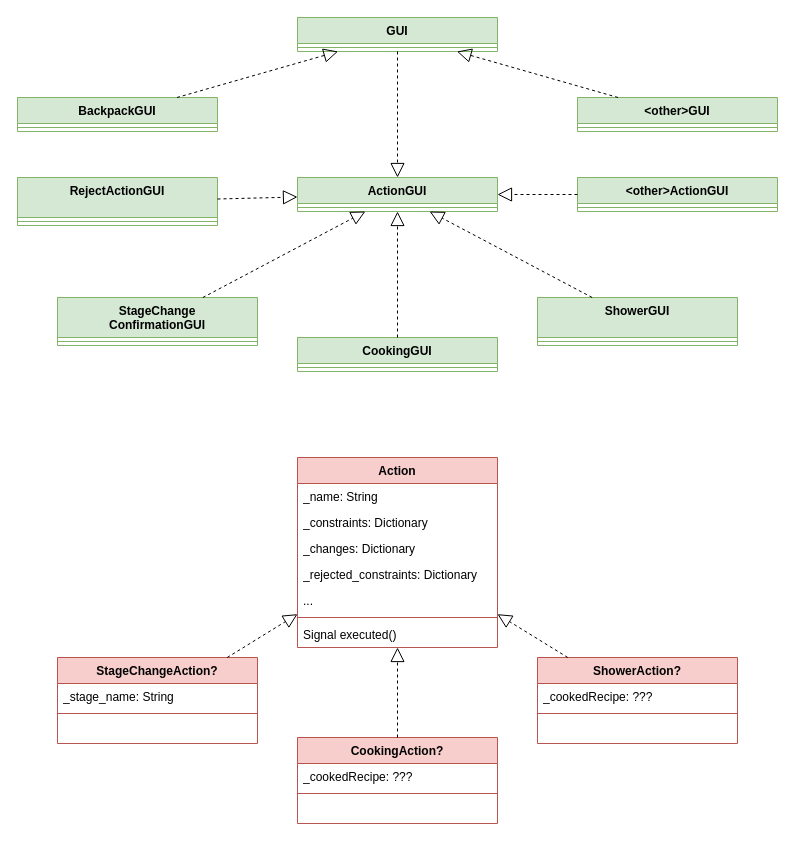
Earlier version of the draw.io diagram page "GUI_and_Actions" (5 of 5) of doc/emergenCITY_SEArchitecture.drawio (Spexify/emergenCity). Source tidied: cells renumbered, new cells numbered last; positions are measured from the earlier drawing's top-left corner, leaving out a move shared by most shapes. Both pictures are drawn from the tidied source at 100%, with x=0, y=0 at pixel (17, 17).
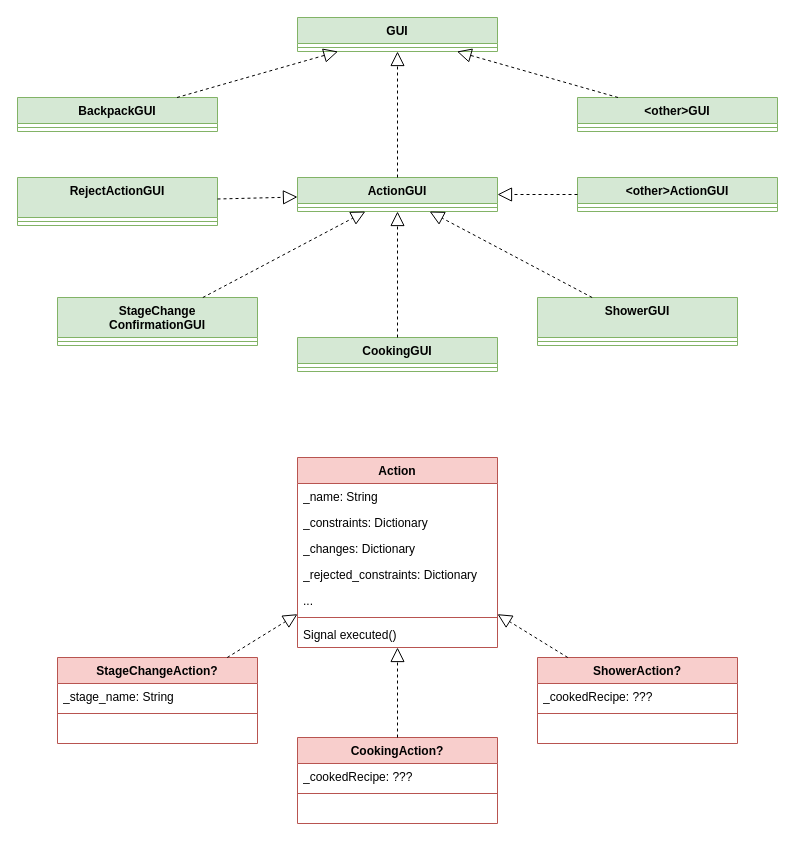
The same page after the edit.

Unchanged cells that the change refers to:
```xml
<mxCell id="2" value="GUI" style="swimlane;fontStyle=1;align=center;verticalAlign=top;horizontal=1;startSize=26;whiteSpace=wrap;html=1;fillColor=#d5e8d4;strokeColor=#82b366;" parent="1" vertex="1">
  <mxGeometry x="280" width="200" height="34" as="geometry" />
</mxCell>
<mxCell id="6" value="ActionGUI" style="swimlane;fontStyle=1;align=center;verticalAlign=top;horizontal=1;startSize=26;whiteSpace=wrap;html=1;fillColor=#d5e8d4;strokeColor=#82b366;" parent="1" vertex="1">
  <mxGeometry x="280" y="160" width="200" height="34" as="geometry" />
</mxCell>
```

Diff of the diagram source:
```diff
@@
-    <mxCell id="11" style="endArrow=block;dashed=1;endFill=0;endSize=12;html=1;rounded=0;" parent="1" edge="1" source="2" target="6">
+    <mxCell id="11" style="endArrow=block;dashed=1;endFill=0;endSize=12;html=1;rounded=0;" parent="1" edge="1" source="6" target="2">
       <mxGeometry relative="1" as="geometry" />
     </mxCell>
```
